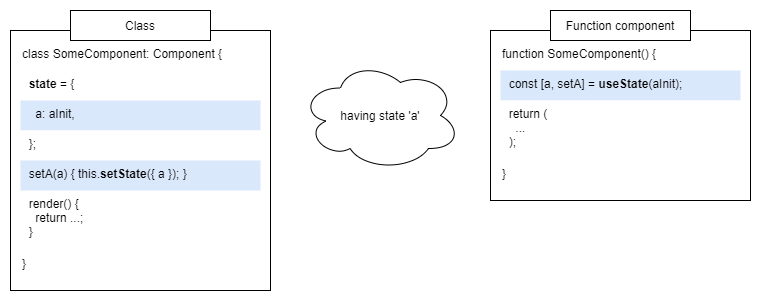
Before: images/what-makes-me-happy-with-react-hooks/usestate.png, a diagram exported from draw.io (blog-fukuchiharuki-me/blog-fukuchiharuki-me.github.io). Source tidied: cells renumbered, new cells last; positions are measured from the earlier drawing's top-left corner, leaving out a move shared by most shapes.
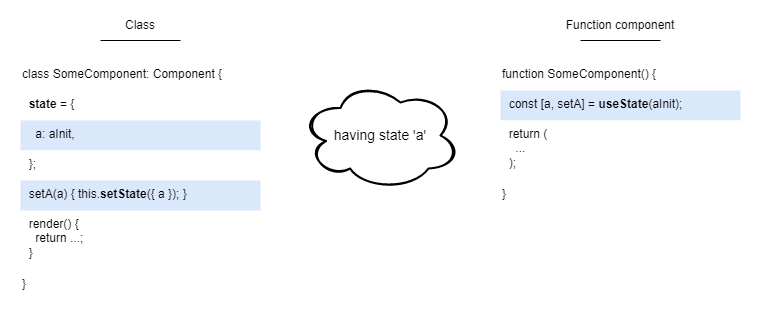
After the change.

What changed in the source:
```diff
@@ -2,13 +2,13 @@
   <root>
     <mxCell id="0" />
     <mxCell id="1" parent="0" />
-    <mxCell id="2" style="rounded=0;whiteSpace=wrap;html=1;align=left;" parent="1" vertex="1">
+    <mxCell id="2" style="rounded=0;whiteSpace=wrap;html=1;align=left;strokeColor=none;" parent="1" vertex="1">
       <mxGeometry x="480" y="20" width="260" height="170" as="geometry" />
     </mxCell>
     <mxCell id="3" value="function SomeComponent() {" style="rounded=0;whiteSpace=wrap;html=1;arcSize=9;verticalAlign=top;align=left;strokeColor=none;" parent="1" vertex="1">
       <mxGeometry x="490" y="30" width="240" height="30" as="geometry" />
     </mxCell>
-    <mxCell id="4" value="&amp;nbsp; const [a, setA] = &lt;b&gt;useState&lt;/b&gt;(aInit);" style="rounded=0;whiteSpace=wrap;html=1;arcSize=9;verticalAlign=top;align=left;fillColor=#dae8fc;strokeColor=none;" parent="1" vertex="1">
+    <mxCell id="4" value="&amp;nbsp; const [a, setA] = &lt;b&gt;useState&lt;/b&gt;(aInit);" style="rounded=0;whiteSpace=wrap;html=1;arcSize=9;verticalAlign=top;align=left;fillColor=#dae8fc;strokeColor=none;sketch=0;glass=0;" parent="1" vertex="1">
       <mxGeometry x="490" y="60" width="240" height="30" as="geometry" />
     </mxCell>
     <mxCell id="5" value="&amp;nbsp; return (&lt;br&gt;&amp;nbsp; &amp;nbsp; ...&lt;br&gt;&amp;nbsp; );" style="rounded=0;whiteSpace=wrap;html=1;arcSize=6;verticalAlign=top;align=left;strokeColor=none;" parent="1" vertex="1">
@@ -17,7 +17,7 @@
     <mxCell id="6" value="}" style="rounded=0;whiteSpace=wrap;html=1;arcSize=9;verticalAlign=top;align=left;strokeColor=none;" parent="1" vertex="1">
       <mxGeometry x="490" y="150" width="240" height="30" as="geometry" />
     </mxCell>
-    <mxCell id="7" style="rounded=0;whiteSpace=wrap;html=1;align=left;" parent="1" vertex="1">
+    <mxCell id="7" style="rounded=0;whiteSpace=wrap;html=1;align=left;strokeColor=none;" parent="1" vertex="1">
       <mxGeometry y="20" width="260" height="260" as="geometry" />
     </mxCell>
     <mxCell id="8" value="class SomeComponent: Component {" style="rounded=0;whiteSpace=wrap;html=1;arcSize=9;verticalAlign=top;align=left;strokeColor=none;" parent="1" vertex="1">
@@ -29,26 +29,38 @@
     <mxCell id="10" value="&amp;nbsp; &lt;b&gt;state&lt;/b&gt; = {" style="rounded=0;whiteSpace=wrap;html=1;arcSize=9;verticalAlign=top;align=left;strokeColor=none;" parent="1" vertex="1">
       <mxGeometry x="10" y="60" width="240" height="30" as="geometry" />
     </mxCell>
-    <mxCell id="11" value="&amp;nbsp; &amp;nbsp; a: aInit," style="rounded=0;whiteSpace=wrap;html=1;arcSize=9;verticalAlign=top;align=left;fillColor=#dae8fc;strokeColor=none;" parent="1" vertex="1">
+    <mxCell id="11" value="&amp;nbsp; &amp;nbsp; a: aInit," style="rounded=0;whiteSpace=wrap;html=1;arcSize=9;verticalAlign=top;align=left;fillColor=#dae8fc;strokeColor=none;sketch=0;glass=0;" parent="1" vertex="1">
       <mxGeometry x="10" y="90" width="240" height="30" as="geometry" />
     </mxCell>
     <mxCell id="12" value="&amp;nbsp; };" style="rounded=0;whiteSpace=wrap;html=1;arcSize=9;verticalAlign=top;align=left;strokeColor=none;" parent="1" vertex="1">
       <mxGeometry x="10" y="120" width="240" height="30" as="geometry" />
     </mxCell>
-    <mxCell id="13" value="&amp;nbsp; setA(a) { this.&lt;b&gt;setState&lt;/b&gt;({ a }); }" style="rounded=0;whiteSpace=wrap;html=1;arcSize=9;verticalAlign=top;align=left;fillColor=#dae8fc;strokeColor=none;" parent="1" vertex="1">
+    <mxCell id="13" value="&amp;nbsp; setA(a) { this.&lt;b&gt;setState&lt;/b&gt;({ a }); }" style="rounded=0;whiteSpace=wrap;html=1;arcSize=9;verticalAlign=top;align=left;fillColor=#dae8fc;strokeColor=none;sketch=0;glass=0;" parent="1" vertex="1">
       <mxGeometry x="10" y="150" width="240" height="30" as="geometry" />
     </mxCell>
-    <mxCell id="14" value="Class" style="rounded=0;whiteSpace=wrap;html=1;sketch=0;align=center;" parent="1" vertex="1">
-      <mxGeometry x="60" width="140" height="30" as="geometry" />
+    <mxCell id="14" value="Class" style="rounded=0;whiteSpace=wrap;html=1;sketch=0;align=center;strokeColor=none;fillColor=none;" parent="1" vertex="1">
+      <mxGeometry x="60" y="-20" width="140" height="30" as="geometry" />
     </mxCell>
-    <mxCell id="15" value="Function component" style="rounded=0;whiteSpace=wrap;html=1;sketch=0;align=center;" parent="1" vertex="1">
-      <mxGeometry x="540" width="140" height="30" as="geometry" />
+    <mxCell id="15" value="Function component" style="rounded=0;whiteSpace=wrap;html=1;sketch=0;align=center;fillColor=none;strokeColor=none;" parent="1" vertex="1">
+      <mxGeometry x="540" y="-20" width="140" height="30" as="geometry" />
     </mxCell>
     <mxCell id="16" value="}" style="rounded=0;whiteSpace=wrap;html=1;arcSize=9;verticalAlign=top;align=left;strokeColor=none;" parent="1" vertex="1">
       <mxGeometry x="10" y="240" width="240" height="30" as="geometry" />
     </mxCell>
-    <mxCell id="17" value="having state 'a'" style="ellipse;shape=cloud;whiteSpace=wrap;html=1;rounded=0;sketch=0;align=center;" parent="1" vertex="1">
+    <mxCell id="17" value="having state 'a'" style="ellipse;shape=cloud;whiteSpace=wrap;html=1;rounded=0;sketch=1;align=center;fontSize=14;strokeWidth=2;" parent="1" vertex="1">
       <mxGeometry x="290" y="50" width="160" height="110" as="geometry" />
     </mxCell>
+    <mxCell id="18" style="endArrow=none;html=1;sketch=0;fontSize=14;curved=1;" parent="1" edge="1">
+      <mxGeometry relative="1" as="geometry">
+        <mxPoint x="90" y="10" as="sourcePoint" />
+        <mxPoint x="170" y="10" as="targetPoint" />
+      </mxGeometry>
+    </mxCell>
+    <mxCell id="19" style="endArrow=none;html=1;sketch=0;fontSize=14;curved=1;" parent="1" edge="1">
+      <mxGeometry relative="1" as="geometry">
+        <mxPoint x="570" y="10" as="sourcePoint" />
+        <mxPoint x="650" y="10" as="targetPoint" />
+      </mxGeometry>
+    </mxCell>
   </root>
 </mxGraphModel>
```
